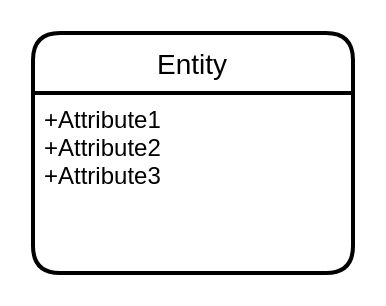
CavidH/StringPool keeps this draw.io diagram as Untitled Diagram.drawio. Above is the earlier version. Source tidied: cells renumbered, new cells numbered last; positions are measured from the earlier drawing's top-left corner, leaving out a move shared by most shapes. Both pictures are drawn from the tidied source at 200%, with x=0, y=0 at pixel (32, 32).
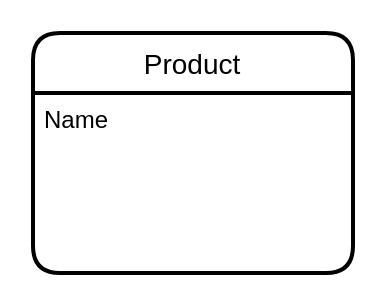
Above is the later version.

What changed in the source:
```diff
@@
 <mxGraphModel>
   <root>
     <mxCell id="0" />
     <mxCell id="1" parent="0" />
-    <mxCell id="2" value="Entity" style="swimlane;horizontal=1;startSize=30;rounded=1;fontSize=14;fontStyle=0;strokeWidth=2;shadow=0;dashed=0;align=center;" parent="1" vertex="1">
+    <mxCell id="2" value="Product" style="swimlane;horizontal=1;startSize=30;rounded=1;fontSize=14;fontStyle=0;strokeWidth=2;shadow=0;dashed=0;align=center;" parent="1" vertex="1">
       <mxGeometry width="160" height="120" as="geometry" />
     </mxCell>
-    <mxCell id="3" value="+Attribute1&#10;+Attribute2&#10;+Attribute3" style="align=left;strokeColor=none;fillColor=none;spacingLeft=4;fontSize=12;verticalAlign=top;" parent="2" vertex="1">
+    <mxCell id="3" value="Name" style="align=left;strokeColor=none;fillColor=none;spacingLeft=4;fontSize=12;verticalAlign=top;" parent="2" vertex="1">
       <mxGeometry y="30" width="160" height="90" as="geometry" />
     </mxCell>
   </root>
 </mxGraphModel>
```
